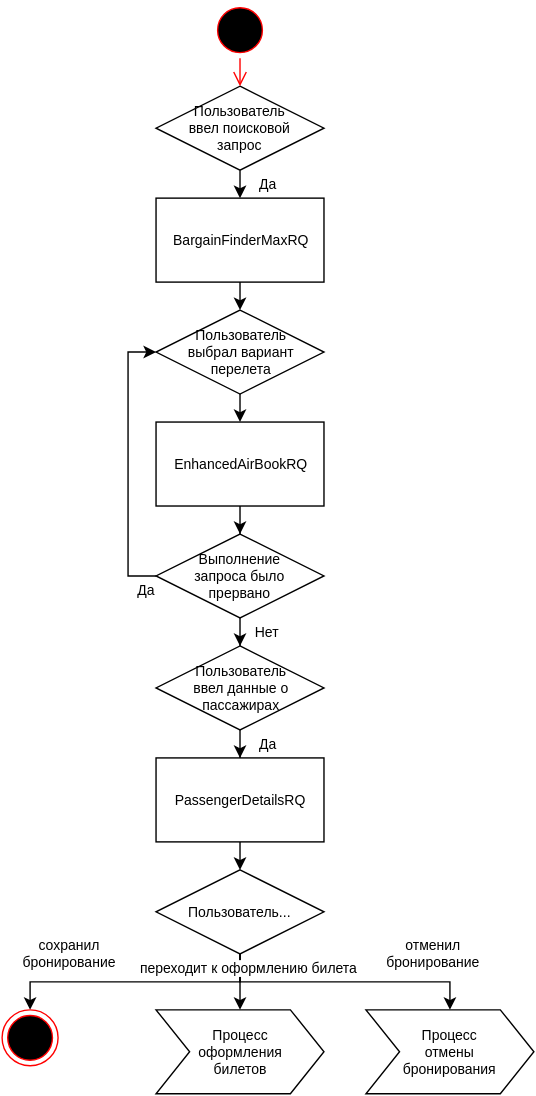
This is assets/svg/Search&Create Booking/[RU]Search&Create Booking[NoWPA][NoWPNC]-3.svg from andreypolyak/sabre-apis-ru, a draw.io export, as it was before one commit. Source tidied: cells renumbered, new cells last; positions are measured from the earlier drawing's top-left corner, leaving out a move shared by most shapes. The source it was exported from:
```xml
<mxGraphModel background="#ffffff">
  <root>
    <mxCell id="0" />
    <mxCell id="1" parent="0" />
    <mxCell id="2" value="Да" style="edgeStyle=orthogonalEdgeStyle;rounded=0;html=1;exitX=0.5;exitY=1;entryX=0.5;entryY=0;jettySize=auto;fontSize=10;" parent="1" edge="1" target="3">
      <mxGeometry y="20" relative="1" as="geometry">
        <mxPoint x="170" y="120" as="sourcePoint" />
      </mxGeometry>
    </mxCell>
    <mxCell id="3" value="&lt;span&gt;BargainFinderMaxRQ&lt;/span&gt;" style="whiteSpace=wrap;html=1;rounded=0;fontSize=10;" parent="1" vertex="1">
      <mxGeometry x="110" y="140" width="120" height="60" as="geometry" />
    </mxCell>
    <mxCell id="4" style="edgeStyle=orthogonalEdgeStyle;rounded=0;html=1;exitX=0.5;exitY=1;jettySize=auto;fontSize=10;" parent="1" edge="1" source="5" target="19">
      <mxGeometry relative="1" as="geometry" />
    </mxCell>
    <mxCell id="5" value="EnhancedAirBookRQ" style="whiteSpace=wrap;html=1;rounded=0;fontSize=10;" parent="1" vertex="1">
      <mxGeometry x="110" y="300" width="120" height="60" as="geometry" />
    </mxCell>
    <mxCell id="6" style="edgeStyle=orthogonalEdgeStyle;rounded=0;html=1;entryX=0.5;entryY=0;jettySize=auto;exitX=0.5;exitY=1;fontSize=10;" parent="1" edge="1" source="7" target="16">
      <mxGeometry relative="1" as="geometry" />
    </mxCell>
    <mxCell id="7" value="PassengerDetailsRQ" style="whiteSpace=wrap;html=1;rounded=0;fontSize=10;" parent="1" vertex="1">
      <mxGeometry x="110" y="540" width="120" height="60" as="geometry" />
    </mxCell>
    <mxCell id="8" style="edgeStyle=orthogonalEdgeStyle;rounded=0;html=1;exitX=0.5;exitY=1;jettySize=auto;entryX=0.5;entryY=0;fontSize=10;" parent="1" edge="1" source="3" target="10">
      <mxGeometry relative="1" as="geometry" />
    </mxCell>
    <mxCell id="9" style="edgeStyle=orthogonalEdgeStyle;rounded=0;html=1;exitX=0.5;exitY=1;entryX=0.5;entryY=0;jettySize=auto;fontSize=10;" parent="1" edge="1" source="10" target="5">
      <mxGeometry relative="1" as="geometry" />
    </mxCell>
    <mxCell id="10" value="Пользователь&lt;div&gt;&lt;span&gt;выбрал&amp;nbsp;&lt;/span&gt;&lt;span style=&quot;line-height: 1.2&quot;&gt;вариант&lt;/span&gt;&lt;/div&gt;&lt;div&gt;&lt;span style=&quot;line-height: 1.2&quot;&gt;перелета&lt;/span&gt;&lt;/div&gt;" style="rhombus;whiteSpace=wrap;html=1;rounded=0;fontSize=10;" parent="1" vertex="1">
      <mxGeometry x="110" y="220" width="120" height="60" as="geometry" />
    </mxCell>
    <mxCell id="11" value="Да" style="edgeStyle=orthogonalEdgeStyle;rounded=0;html=1;jettySize=auto;fontSize=10;exitX=0.5;exitY=1;" parent="1" edge="1" source="12" target="7">
      <mxGeometry x="0.67" y="20" relative="1" as="geometry" />
    </mxCell>
    <mxCell id="12" value="Пользователь&lt;div&gt;ввел&amp;nbsp;&lt;span style=&quot;line-height: 1.2&quot;&gt;данные&amp;nbsp;&lt;/span&gt;&lt;span style=&quot;line-height: 1.2&quot;&gt;о&lt;/span&gt;&lt;/div&gt;&lt;div&gt;&lt;span style=&quot;line-height: 1.2&quot;&gt;пассажирах&lt;/span&gt;&lt;/div&gt;" style="rhombus;whiteSpace=wrap;html=1;rounded=0;fontSize=10;" parent="1" vertex="1">
      <mxGeometry x="110" y="460" width="120" height="60" as="geometry" />
    </mxCell>
    <mxCell id="13" value="Нет" style="edgeStyle=orthogonalEdgeStyle;rounded=0;html=1;jettySize=auto;fontSize=10;exitX=0.5;exitY=1;" parent="1" edge="1" source="19" target="12">
      <mxGeometry x="0.67" y="20" relative="1" as="geometry" />
    </mxCell>
    <mxCell id="14" value="отменил&lt;div&gt;бронирование&lt;/div&gt;" style="edgeStyle=orthogonalEdgeStyle;rounded=0;html=1;exitX=0.5;exitY=1;jettySize=auto;fontSize=10;entryX=0.5;entryY=0;" parent="1" edge="1" source="16">
      <mxGeometry x="0.68" y="20" relative="1" as="geometry">
        <mxPoint x="320" y="720" as="targetPoint" />
        <Array as="points">
          <mxPoint x="170" y="700" />
          <mxPoint x="320" y="700" />
        </Array>
      </mxGeometry>
    </mxCell>
    <mxCell id="15" value="сохранил&lt;div&gt;бронирование&lt;/div&gt;" style="edgeStyle=orthogonalEdgeStyle;rounded=0;html=1;exitX=0.5;exitY=1;jettySize=auto;fontSize=10;entryX=0.5;entryY=0;entryPerimeter=0;" parent="1" edge="1" source="16">
      <mxGeometry x="0.47" y="-20" relative="1" as="geometry">
        <mxPoint x="20" y="720" as="targetPoint" />
        <Array as="points">
          <mxPoint x="170" y="700" />
          <mxPoint x="20" y="700" />
        </Array>
      </mxGeometry>
    </mxCell>
    <mxCell id="16" value="Пользователь..." style="rhombus;whiteSpace=wrap;html=1;rounded=0;fontSize=10;" parent="1" vertex="1">
      <mxGeometry x="110" y="620" width="120" height="60" as="geometry" />
    </mxCell>
    <mxCell id="17" value="Пользователь&lt;div&gt;ввел&amp;nbsp;&lt;span style=&quot;line-height: 1.2&quot;&gt;поисковой&lt;/span&gt;&lt;/div&gt;&lt;div&gt;&lt;span style=&quot;line-height: 1.2&quot;&gt;запрос&lt;/span&gt;&lt;/div&gt;" style="rhombus;whiteSpace=wrap;html=1;rounded=0;fontSize=10;" parent="1" vertex="1">
      <mxGeometry x="110" y="60" width="120" height="60" as="geometry" />
    </mxCell>
    <mxCell id="18" value="Да" style="edgeStyle=orthogonalEdgeStyle;rounded=0;html=1;exitX=0;exitY=0.5;jettySize=auto;fontSize=10;entryX=0;entryY=0.5;" parent="1" edge="1" source="19" target="10">
      <mxGeometry x="-0.93" y="10" relative="1" as="geometry">
        <Array as="points">
          <mxPoint x="90" y="410" />
          <mxPoint x="90" y="250" />
        </Array>
      </mxGeometry>
    </mxCell>
    <mxCell id="19" value="Выполнение&lt;div&gt;запроса было&lt;/div&gt;&lt;div&gt;прервано&lt;/div&gt;" style="rhombus;whiteSpace=wrap;html=1;rounded=0;fontSize=10;" parent="1" vertex="1">
      <mxGeometry x="110" y="380" width="120" height="60" as="geometry" />
    </mxCell>
    <mxCell id="20" value="&lt;div style=&quot;text-align: center&quot;&gt;Процесс&lt;/div&gt;&lt;div style=&quot;text-align: center&quot;&gt;оформления&lt;/div&gt;&lt;div style=&quot;text-align: center&quot;&gt;билетов&lt;/div&gt;" style="shape=step;whiteSpace=wrap;html=1;rounded=0;fontSize=10;align=center;" parent="1" vertex="1">
      <mxGeometry x="110" y="720" width="120" height="60" as="geometry" />
    </mxCell>
    <mxCell id="21" value="&lt;div style=&quot;text-align: center&quot;&gt;Процесс&lt;/div&gt;&lt;div style=&quot;text-align: center&quot;&gt;отмены&lt;/div&gt;&lt;div style=&quot;text-align: center&quot;&gt;бронирования&lt;/div&gt;" style="shape=step;whiteSpace=wrap;html=1;rounded=0;fontSize=10;align=center;" parent="1" vertex="1">
      <mxGeometry x="260" y="720" width="120" height="60" as="geometry" />
    </mxCell>
    <mxCell id="22" style="ellipse;html=1;shape=startState;fillColor=#000000;strokeColor=#ff0000;rounded=0;fontSize=10;align=center;" parent="1" vertex="1">
      <mxGeometry x="150" width="40" height="40" as="geometry" />
    </mxCell>
    <mxCell id="23" style="edgeStyle=orthogonalEdgeStyle;html=1;verticalAlign=bottom;endArrow=open;endSize=8;strokeColor=#ff0000;fontSize=10;" parent="1" edge="1" source="22" target="17">
      <mxGeometry relative="1" as="geometry" />
    </mxCell>
    <mxCell id="24" style="ellipse;html=1;shape=endState;fillColor=#000000;strokeColor=#ff0000;rounded=0;fontSize=10;align=center;" parent="1" vertex="1">
      <mxGeometry y="720" width="40" height="40" as="geometry" />
    </mxCell>
    <mxCell id="25" value="переходит к&amp;nbsp;&lt;span style=&quot;line-height: 1.2&quot;&gt;оформлению билета&lt;/span&gt;" style="edgeStyle=orthogonalEdgeStyle;rounded=0;html=1;exitX=0.5;exitY=1;entryX=0.5;entryY=0;jettySize=auto;fontSize=10;" parent="1" edge="1" source="16">
      <mxGeometry x="-0.5" y="10" relative="1" as="geometry">
        <mxPoint x="170" y="720" as="targetPoint" />
      </mxGeometry>
    </mxCell>
  </root>
</mxGraphModel>
```
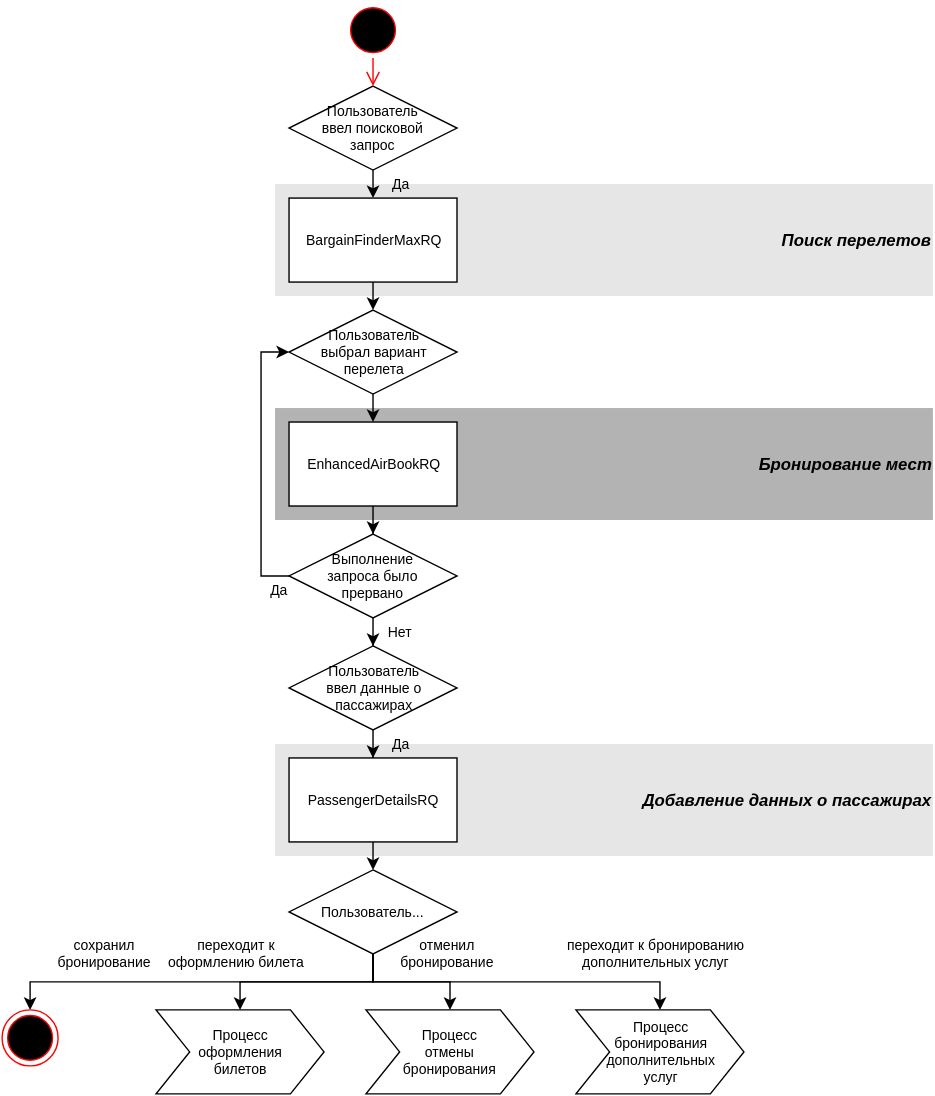
After the commit.

Change to the diagram source:
```diff
@@ -2,7 +2,16 @@
   <root>
     <mxCell id="0" />
     <mxCell id="1" parent="0" />
+    <mxCell id="26" value="&lt;div style=&quot;text-align: right&quot;&gt;&lt;i style=&quot;font-size: 12px ; line-height: 1.2&quot;&gt;&lt;b&gt;Добавление данных о пассажирах&lt;/b&gt;&lt;/i&gt;&lt;/div&gt;" style="whiteSpace=wrap;html=1;fillColor=#E6E6E6;fontSize=10;strokeColor=none;align=right;" parent="1" vertex="1">
+      <mxGeometry x="100" y="530" width="470" height="80" as="geometry" />
+    </mxCell>
+    <mxCell id="27" value="&lt;div style=&quot;text-align: right&quot;&gt;&lt;span style=&quot;line-height: 1.2&quot;&gt;&lt;font style=&quot;font-size: 12px&quot;&gt;&lt;b&gt;&lt;i&gt;Бронирование мест&lt;/i&gt;&lt;/b&gt;&lt;/font&gt;&lt;/span&gt;&lt;/div&gt;" style="whiteSpace=wrap;html=1;fillColor=#B3B3B3;fontSize=10;strokeColor=none;align=right;gradientColor=none;" parent="1" vertex="1">
+      <mxGeometry x="100" y="290" width="470" height="80" as="geometry" />
+    </mxCell>
+    <mxCell id="28" value="&lt;div style=&quot;text-align: right&quot;&gt;&lt;font style=&quot;font-size: 12px&quot;&gt;&lt;i&gt;&lt;b&gt;Поиск перелетов&lt;/b&gt;&lt;/i&gt;&lt;/font&gt;&lt;/div&gt;" style="whiteSpace=wrap;html=1;fillColor=#E6E6E6;fontSize=10;strokeColor=none;align=right;" parent="1" vertex="1">
+      <mxGeometry x="100" y="130" width="470" height="80" as="geometry" />
+    </mxCell>
-    <mxCell id="2" value="Да" style="edgeStyle=orthogonalEdgeStyle;rounded=0;html=1;exitX=0.5;exitY=1;entryX=0.5;entryY=0;jettySize=auto;fontSize=10;" parent="1" edge="1" target="3">
+    <mxCell id="2" value="Да" style="edgeStyle=orthogonalEdgeStyle;rounded=0;html=1;exitX=0.5;exitY=1;entryX=0.5;entryY=0;jettySize=auto;fontSize=10;labelBackgroundColor=none;" parent="1" edge="1" target="3">
       <mxGeometry y="20" relative="1" as="geometry">
         <mxPoint x="170" y="120" as="sourcePoint" />
       </mxGeometry>
@@ -16,9 +25,6 @@
     <mxCell id="5" value="EnhancedAirBookRQ" style="whiteSpace=wrap;html=1;rounded=0;fontSize=10;" parent="1" vertex="1">
       <mxGeometry x="110" y="300" width="120" height="60" as="geometry" />
     </mxCell>
-    <mxCell id="6" style="edgeStyle=orthogonalEdgeStyle;rounded=0;html=1;entryX=0.5;entryY=0;jettySize=auto;exitX=0.5;exitY=1;fontSize=10;" parent="1" edge="1" source="7" target="16">
-      <mxGeometry relative="1" as="geometry" />
-    </mxCell>
     <mxCell id="7" value="PassengerDetailsRQ" style="whiteSpace=wrap;html=1;rounded=0;fontSize=10;" parent="1" vertex="1">
       <mxGeometry x="110" y="540" width="120" height="60" as="geometry" />
     </mxCell>
@@ -31,7 +37,7 @@
     <mxCell id="10" value="Пользователь&lt;div&gt;&lt;span&gt;выбрал&amp;nbsp;&lt;/span&gt;&lt;span style=&quot;line-height: 1.2&quot;&gt;вариант&lt;/span&gt;&lt;/div&gt;&lt;div&gt;&lt;span style=&quot;line-height: 1.2&quot;&gt;перелета&lt;/span&gt;&lt;/div&gt;" style="rhombus;whiteSpace=wrap;html=1;rounded=0;fontSize=10;" parent="1" vertex="1">
       <mxGeometry x="110" y="220" width="120" height="60" as="geometry" />
     </mxCell>
-    <mxCell id="11" value="Да" style="edgeStyle=orthogonalEdgeStyle;rounded=0;html=1;jettySize=auto;fontSize=10;exitX=0.5;exitY=1;" parent="1" edge="1" source="12" target="7">
+    <mxCell id="11" value="Да" style="edgeStyle=orthogonalEdgeStyle;rounded=0;html=1;jettySize=auto;fontSize=10;exitX=0.5;exitY=1;labelBackgroundColor=none;" parent="1" edge="1" source="12" target="7">
       <mxGeometry x="0.67" y="20" relative="1" as="geometry" />
     </mxCell>
     <mxCell id="12" value="Пользователь&lt;div&gt;ввел&amp;nbsp;&lt;span style=&quot;line-height: 1.2&quot;&gt;данные&amp;nbsp;&lt;/span&gt;&lt;span style=&quot;line-height: 1.2&quot;&gt;о&lt;/span&gt;&lt;/div&gt;&lt;div&gt;&lt;span style=&quot;line-height: 1.2&quot;&gt;пассажирах&lt;/span&gt;&lt;/div&gt;" style="rhombus;whiteSpace=wrap;html=1;rounded=0;fontSize=10;" parent="1" vertex="1">
@@ -40,27 +46,6 @@
     <mxCell id="13" value="Нет" style="edgeStyle=orthogonalEdgeStyle;rounded=0;html=1;jettySize=auto;fontSize=10;exitX=0.5;exitY=1;" parent="1" edge="1" source="19" target="12">
       <mxGeometry x="0.67" y="20" relative="1" as="geometry" />
     </mxCell>
-    <mxCell id="14" value="отменил&lt;div&gt;бронирование&lt;/div&gt;" style="edgeStyle=orthogonalEdgeStyle;rounded=0;html=1;exitX=0.5;exitY=1;jettySize=auto;fontSize=10;entryX=0.5;entryY=0;" parent="1" edge="1" source="16">
-      <mxGeometry x="0.68" y="20" relative="1" as="geometry">
-        <mxPoint x="320" y="720" as="targetPoint" />
-        <Array as="points">
-          <mxPoint x="170" y="700" />
-          <mxPoint x="320" y="700" />
-        </Array>
-      </mxGeometry>
-    </mxCell>
-    <mxCell id="15" value="сохранил&lt;div&gt;бронирование&lt;/div&gt;" style="edgeStyle=orthogonalEdgeStyle;rounded=0;html=1;exitX=0.5;exitY=1;jettySize=auto;fontSize=10;entryX=0.5;entryY=0;entryPerimeter=0;" parent="1" edge="1" source="16">
-      <mxGeometry x="0.47" y="-20" relative="1" as="geometry">
-        <mxPoint x="20" y="720" as="targetPoint" />
-        <Array as="points">
-          <mxPoint x="170" y="700" />
-          <mxPoint x="20" y="700" />
-        </Array>
-      </mxGeometry>
-    </mxCell>
-    <mxCell id="16" value="Пользователь..." style="rhombus;whiteSpace=wrap;html=1;rounded=0;fontSize=10;" parent="1" vertex="1">
-      <mxGeometry x="110" y="620" width="120" height="60" as="geometry" />
-    </mxCell>
     <mxCell id="17" value="Пользователь&lt;div&gt;ввел&amp;nbsp;&lt;span style=&quot;line-height: 1.2&quot;&gt;поисковой&lt;/span&gt;&lt;/div&gt;&lt;div&gt;&lt;span style=&quot;line-height: 1.2&quot;&gt;запрос&lt;/span&gt;&lt;/div&gt;" style="rhombus;whiteSpace=wrap;html=1;rounded=0;fontSize=10;" parent="1" vertex="1">
       <mxGeometry x="110" y="60" width="120" height="60" as="geometry" />
     </mxCell>
@@ -75,25 +60,71 @@
     <mxCell id="19" value="Выполнение&lt;div&gt;запроса было&lt;/div&gt;&lt;div&gt;прервано&lt;/div&gt;" style="rhombus;whiteSpace=wrap;html=1;rounded=0;fontSize=10;" parent="1" vertex="1">
       <mxGeometry x="110" y="380" width="120" height="60" as="geometry" />
     </mxCell>
+    <mxCell id="22" style="ellipse;html=1;shape=startState;fillColor=#000000;strokeColor=#ff0000;rounded=0;fontSize=10;align=center;" parent="1" vertex="1">
+      <mxGeometry x="150" width="40" height="40" as="geometry" />
+    </mxCell>
+    <mxCell id="23" style="edgeStyle=orthogonalEdgeStyle;html=1;verticalAlign=bottom;endArrow=open;endSize=8;strokeColor=#ff0000;fontSize=10;" parent="1" edge="1" source="22" target="17">
+      <mxGeometry relative="1" as="geometry" />
+    </mxCell>
+    <mxCell id="29" style="edgeStyle=orthogonalEdgeStyle;rounded=0;html=1;entryX=0.5;entryY=0;jettySize=auto;orthogonalLoop=1;exitX=0.5;exitY=1;fontSize=10;" parent="1" edge="1">
+      <mxGeometry x="360" y="720" as="geometry">
+        <mxPoint x="170" y="600" as="sourcePoint" />
+        <mxPoint x="170" y="620" as="targetPoint" />
+      </mxGeometry>
+    </mxCell>
+    <mxCell id="14" value="отменил&lt;div&gt;бронирование&lt;/div&gt;" style="edgeStyle=orthogonalEdgeStyle;rounded=0;html=1;jettySize=auto;fontSize=10;entryX=0.5;entryY=0;exitX=0.5;exitY=1;" parent="1" edge="1" source="16">
+      <mxGeometry as="geometry">
+        <mxPoint x="225" y="720" as="targetPoint" />
+        <Array as="points">
+          <mxPoint x="170" y="700" />
+          <mxPoint x="225" y="700" />
+        </Array>
+        <mxPoint x="28" y="-20" as="offset" />
+      </mxGeometry>
+    </mxCell>
+    <mxCell id="15" value="сохранил&lt;div&gt;бронирование&lt;/div&gt;" style="edgeStyle=orthogonalEdgeStyle;rounded=0;html=1;exitX=0.5;exitY=1;jettySize=auto;fontSize=10;entryX=0.5;entryY=0;entryPerimeter=0;" parent="1" edge="1" source="16">
+      <mxGeometry as="geometry">
+        <mxPoint x="-75" y="720" as="targetPoint" />
+        <Array as="points">
+          <mxPoint x="170" y="700" />
+          <mxPoint x="-75" y="700" />
+        </Array>
+        <mxPoint x="-67" y="-20" as="offset" />
+      </mxGeometry>
+    </mxCell>
+    <mxCell id="30" value="переходит к бронированию&lt;div&gt;дополнительных услуг&lt;/div&gt;" style="edgeStyle=orthogonalEdgeStyle;rounded=0;html=1;exitX=0.5;exitY=1;jettySize=auto;fontSize=10;" parent="1" edge="1" source="16" target="32">
+      <mxGeometry as="geometry">
+        <Array as="points">
+          <mxPoint x="170" y="700" />
+          <mxPoint x="375" y="700" />
+        </Array>
+        <mxPoint x="103" y="-20" as="offset" />
+      </mxGeometry>
+    </mxCell>
+    <mxCell id="16" value="Пользователь..." style="rhombus;whiteSpace=wrap;html=1;rounded=0;fontSize=10;" parent="1" vertex="1">
+      <mxGeometry x="110" y="620" width="120" height="60" as="geometry" />
+    </mxCell>
     <mxCell id="20" value="&lt;div style=&quot;text-align: center&quot;&gt;Процесс&lt;/div&gt;&lt;div style=&quot;text-align: center&quot;&gt;оформления&lt;/div&gt;&lt;div style=&quot;text-align: center&quot;&gt;билетов&lt;/div&gt;" style="shape=step;whiteSpace=wrap;html=1;rounded=0;fontSize=10;align=center;" parent="1" vertex="1">
-      <mxGeometry x="110" y="720" width="120" height="60" as="geometry" />
+      <mxGeometry x="15" y="720" width="120" height="60" as="geometry" />
     </mxCell>
     <mxCell id="21" value="&lt;div style=&quot;text-align: center&quot;&gt;Процесс&lt;/div&gt;&lt;div style=&quot;text-align: center&quot;&gt;отмены&lt;/div&gt;&lt;div style=&quot;text-align: center&quot;&gt;бронирования&lt;/div&gt;" style="shape=step;whiteSpace=wrap;html=1;rounded=0;fontSize=10;align=center;" parent="1" vertex="1">
-      <mxGeometry x="260" y="720" width="120" height="60" as="geometry" />
+      <mxGeometry x="165" y="720" width="120" height="60" as="geometry" />
     </mxCell>
-    <mxCell id="22" style="ellipse;html=1;shape=startState;fillColor=#000000;strokeColor=#ff0000;rounded=0;fontSize=10;align=center;" parent="1" vertex="1">
-      <mxGeometry x="150" width="40" height="40" as="geometry" />
-    </mxCell>
-    <mxCell id="23" style="edgeStyle=orthogonalEdgeStyle;html=1;verticalAlign=bottom;endArrow=open;endSize=8;strokeColor=#ff0000;fontSize=10;" parent="1" edge="1" source="22" target="17">
-      <mxGeometry relative="1" as="geometry" />
-    </mxCell>
-    <mxCell id="24" style="ellipse;html=1;shape=endState;fillColor=#000000;strokeColor=#ff0000;rounded=0;fontSize=10;align=center;" parent="1" vertex="1">
-      <mxGeometry y="720" width="40" height="40" as="geometry" />
-    </mxCell>
+    <mxCell id="31" style="ellipse;html=1;shape=endState;fillColor=#000000;strokeColor=#ff0000;rounded=0;fontSize=10;align=center;" parent="1" vertex="1">
+      <mxGeometry x="-95" y="720" width="40" height="40" as="geometry" />
+    </mxCell>
-    <mxCell id="25" value="переходит к&amp;nbsp;&lt;span style=&quot;line-height: 1.2&quot;&gt;оформлению билета&lt;/span&gt;" style="edgeStyle=orthogonalEdgeStyle;rounded=0;html=1;exitX=0.5;exitY=1;entryX=0.5;entryY=0;jettySize=auto;fontSize=10;" parent="1" edge="1" source="16">
-      <mxGeometry x="-0.5" y="10" relative="1" as="geometry">
-        <mxPoint x="170" y="720" as="targetPoint" />
+    <mxCell id="25" value="переходит к&lt;div&gt;&lt;span style=&quot;line-height: 1.2&quot;&gt;оформлению билета&lt;/span&gt;&lt;/div&gt;" style="edgeStyle=orthogonalEdgeStyle;rounded=0;html=1;exitX=0.5;exitY=1;entryX=0.5;entryY=0;jettySize=auto;fontSize=10;" parent="1" edge="1" source="16">
+      <mxGeometry as="geometry">
+        <mxPoint x="75" y="720" as="targetPoint" />
+        <Array as="points">
+          <mxPoint x="170" y="700" />
+          <mxPoint x="75" y="700" />
+        </Array>
+        <mxPoint x="-47" y="-20" as="offset" />
       </mxGeometry>
     </mxCell>
+    <mxCell id="32" value="Процесс&lt;div&gt;бронирования&lt;/div&gt;&lt;div&gt;дополнительных&lt;/div&gt;&lt;div&gt;услуг&lt;/div&gt;" style="shape=step;whiteSpace=wrap;html=1;rounded=0;fontSize=10;align=center;" parent="1" vertex="1">
+      <mxGeometry x="315" y="720" width="120" height="60" as="geometry" />
+    </mxCell>
   </root>
 </mxGraphModel>
```
